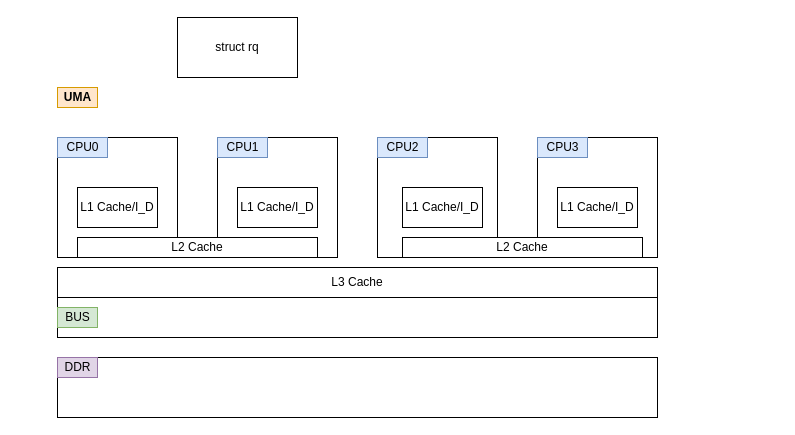
This is linux_sched.drawio from Victor-zyy/blog, a draw.io file, before an edit. Source tidied: cells renumbered, new cells numbered last; positions are measured from the earlier drawing's top-left corner, leaving out a move shared by most shapes. Both pictures are drawn from the tidied source at 100%, with x=0, y=0 at pixel (57, 17).
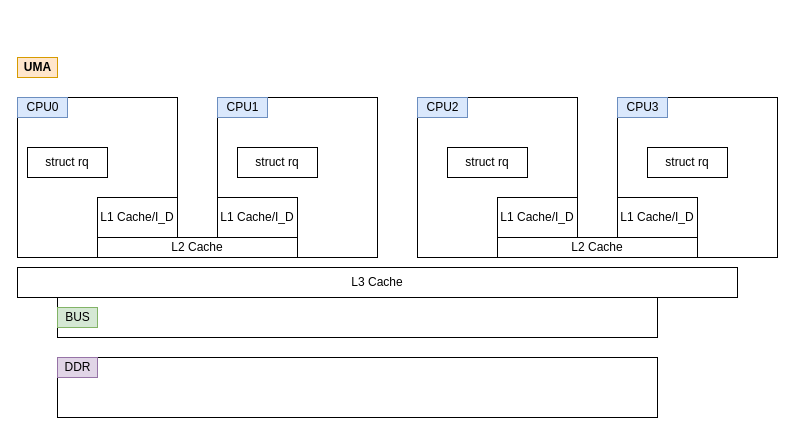
After the change.

Diff of the diagram source:
```diff
@@
     <mxCell id="2" style="whiteSpace=wrap;html=1;" parent="1" vertex="1">
-      <mxGeometry y="120" width="120" height="120" as="geometry" />
+      <mxGeometry x="-40" y="80" width="160" height="160" as="geometry" />
     </mxCell>
     <mxCell id="3" style="whiteSpace=wrap;html=1;" parent="1" vertex="1">
-      <mxGeometry x="160" y="120" width="120" height="120" as="geometry" />
+      <mxGeometry x="160" y="80" width="160" height="160" as="geometry" />
     </mxCell>
     <mxCell id="4" style="whiteSpace=wrap;html=1;" parent="1" vertex="1">
-      <mxGeometry x="320" y="120" width="120" height="120" as="geometry" />
+      <mxGeometry x="360" y="80" width="160" height="160" as="geometry" />
     </mxCell>
     <mxCell id="5" style="whiteSpace=wrap;html=1;" parent="1" vertex="1">
-      <mxGeometry x="480" y="120" width="120" height="120" as="geometry" />
+      <mxGeometry x="560" y="80" width="160" height="160" as="geometry" />
     </mxCell>
@@
     <mxCell id="7" value="CPU0" style="text;html=1;align=center;verticalAlign=middle;fillColor=#dae8fc;strokeColor=#6c8ebf;" parent="1" vertex="1">
-      <mxGeometry y="120" width="50" height="20" as="geometry" />
+      <mxGeometry x="-40" y="80" width="50" height="20" as="geometry" />
     </mxCell>
     <mxCell id="8" value="CPU1" style="text;html=1;align=center;verticalAlign=middle;fillColor=#dae8fc;strokeColor=#6c8ebf;" parent="1" vertex="1">
-      <mxGeometry x="160" y="120" width="50" height="20" as="geometry" />
+      <mxGeometry x="160" y="80" width="50" height="20" as="geometry" />
     </mxCell>
     <mxCell id="9" value="CPU2" style="text;html=1;align=center;verticalAlign=middle;fillColor=#dae8fc;strokeColor=#6c8ebf;" parent="1" vertex="1">
-      <mxGeometry x="320" y="120" width="50" height="20" as="geometry" />
+      <mxGeometry x="360" y="80" width="50" height="20" as="geometry" />
     </mxCell>
     <mxCell id="10" value="CPU3" style="text;html=1;align=center;verticalAlign=middle;fillColor=#dae8fc;strokeColor=#6c8ebf;" parent="1" vertex="1">
-      <mxGeometry x="480" y="120" width="50" height="20" as="geometry" />
+      <mxGeometry x="560" y="80" width="50" height="20" as="geometry" />
     </mxCell>
@@
     <mxCell id="13" value="&lt;b&gt;UMA&lt;/b&gt;" style="text;html=1;align=center;verticalAlign=middle;fillColor=#ffe6cc;strokeColor=#d79b00;" parent="1" vertex="1">
-      <mxGeometry y="70" width="40" height="20" as="geometry" />
+      <mxGeometry x="-40" y="40" width="40" height="20" as="geometry" />
     </mxCell>
@@
     <mxCell id="15" value="L1 Cache/I_D" style="rounded=0;whiteSpace=wrap;html=1;" parent="1" vertex="1">
-      <mxGeometry x="20" y="170" width="80" height="40" as="geometry" />
+      <mxGeometry x="40" y="180" width="80" height="40" as="geometry" />
     </mxCell>
     <mxCell id="16" value="L1 Cache/I_D" style="rounded=0;whiteSpace=wrap;html=1;" parent="1" vertex="1">
-      <mxGeometry x="180" y="170" width="80" height="40" as="geometry" />
+      <mxGeometry x="160" y="180" width="80" height="40" as="geometry" />
     </mxCell>
     <mxCell id="17" value="L1 Cache/I_D" style="rounded=0;whiteSpace=wrap;html=1;" parent="1" vertex="1">
-      <mxGeometry x="345" y="170" width="80" height="40" as="geometry" />
+      <mxGeometry x="440" y="180" width="80" height="40" as="geometry" />
     </mxCell>
     <mxCell id="18" value="L1 Cache/I_D" style="rounded=0;whiteSpace=wrap;html=1;" parent="1" vertex="1">
-      <mxGeometry x="500" y="170" width="80" height="40" as="geometry" />
+      <mxGeometry x="560" y="180" width="80" height="40" as="geometry" />
     </mxCell>
     <mxCell id="19" value="L2 Cache" style="rounded=0;whiteSpace=wrap;html=1;" parent="1" vertex="1">
-      <mxGeometry x="20" y="220" width="240" height="20" as="geometry" />
+      <mxGeometry x="40" y="220" width="200" height="20" as="geometry" />
     </mxCell>
     <mxCell id="20" value="L2 Cache" style="rounded=0;whiteSpace=wrap;html=1;" parent="1" vertex="1">
-      <mxGeometry x="345" y="220" width="240" height="20" as="geometry" />
+      <mxGeometry x="440" y="220" width="200" height="20" as="geometry" />
     </mxCell>
     <mxCell id="21" value="L3 Cache" style="rounded=0;whiteSpace=wrap;html=1;" parent="1" vertex="1">
-      <mxGeometry y="250" width="600" height="30" as="geometry" />
+      <mxGeometry x="-40" y="250" width="720" height="30" as="geometry" />
     </mxCell>
     <mxCell id="22" value="struct rq" style="rounded=0;whiteSpace=wrap;html=1;" parent="1" vertex="1">
-      <mxGeometry x="120" width="120" height="60" as="geometry" />
+      <mxGeometry x="-30" y="130" width="80" height="30" as="geometry" />
     </mxCell>
+    <mxCell id="23" value="struct rq" style="rounded=0;whiteSpace=wrap;html=1;" parent="1" vertex="1">
+      <mxGeometry x="180" y="130" width="80" height="30" as="geometry" />
+    </mxCell>
+    <mxCell id="24" value="struct rq" style="rounded=0;whiteSpace=wrap;html=1;" parent="1" vertex="1">
+      <mxGeometry x="390" y="130" width="80" height="30" as="geometry" />
+    </mxCell>
+    <mxCell id="25" value="struct rq" style="rounded=0;whiteSpace=wrap;html=1;" parent="1" vertex="1">
+      <mxGeometry x="590" y="130" width="80" height="30" as="geometry" />
+    </mxCell>
```
